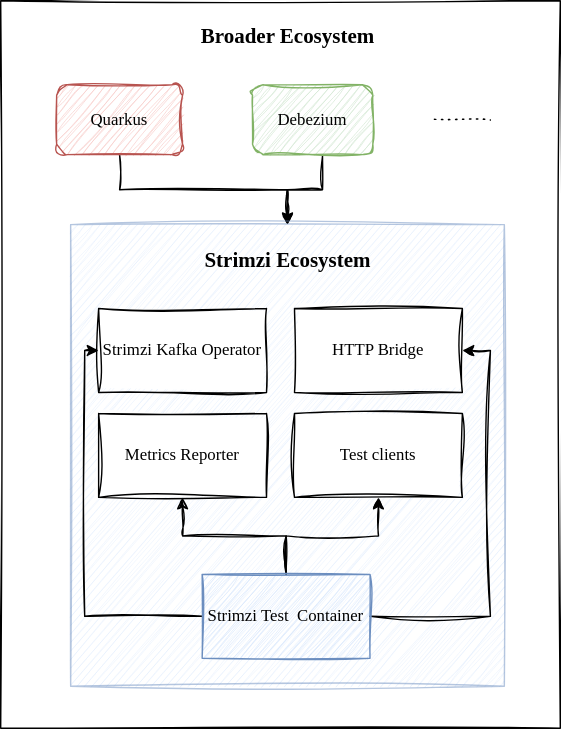
This is assets/images/posts/2026-01-06-strimzi-test-container-03.svg from strimzi/strimzi.github.io, a draw.io export, as it was before one commit. Source tidied: cells renumbered, new cells last; positions are measured from the earlier drawing's top-left corner, leaving out a move shared by most shapes. Source of this version:
```xml
<mxGraphModel>
  <root>
    <mxCell id="0" />
    <mxCell id="1" parent="0" />
    <mxCell id="2" style="rounded=0;whiteSpace=wrap;html=1;sketch=1;curveFitting=1;jiggle=2;fontFamily=Comic Sans MS;" parent="1" vertex="1">
      <mxGeometry width="400" height="520" as="geometry" />
    </mxCell>
    <mxCell id="3" value="&lt;font&gt;Broader Ecosystem&lt;/font&gt;" style="text;html=1;whiteSpace=wrap;strokeColor=none;fillColor=none;align=center;verticalAlign=middle;rounded=0;strokeWidth=2;fontFamily=Comic Sans MS;fontStyle=1;fontSize=15;" parent="1" vertex="1">
      <mxGeometry x="107.5" y="10" width="195" height="30" as="geometry" />
    </mxCell>
    <mxCell id="4" style="edgeStyle=orthogonalEdgeStyle;rounded=0;jettySize=auto;html=1;exitX=0.5;exitY=1;exitDx=0;exitDy=0;entryX=0.5;entryY=0;entryDx=0;entryDy=0;sketch=1;curveFitting=1;jiggle=2;fontFamily=Comic Sans MS;" parent="1" edge="1" source="5" target="9">
      <mxGeometry relative="1" as="geometry" />
    </mxCell>
    <mxCell id="5" value="&lt;font&gt;Quarkus&lt;/font&gt;" style="rounded=1;whiteSpace=wrap;html=1;sketch=1;curveFitting=1;jiggle=2;fillColor=#f8cecc;strokeColor=#b85450;fontFamily=Comic Sans MS;fontStyle=0;" parent="1" vertex="1">
      <mxGeometry x="40" y="60" width="90" height="50" as="geometry" />
    </mxCell>
    <mxCell id="6" style="edgeStyle=orthogonalEdgeStyle;rounded=0;jettySize=auto;html=1;entryX=0.5;entryY=0;entryDx=0;entryDy=0;sketch=1;curveFitting=1;jiggle=2;fontFamily=Comic Sans MS;" parent="1" edge="1" source="7" target="9">
      <mxGeometry relative="1" as="geometry">
        <Array as="points">
          <mxPoint x="230" y="135" />
          <mxPoint x="205" y="135" />
        </Array>
      </mxGeometry>
    </mxCell>
    <mxCell id="7" value="Debezium" style="rounded=1;whiteSpace=wrap;html=1;sketch=1;curveFitting=1;jiggle=2;fillColor=#d5e8d4;strokeColor=#82b366;fontFamily=Comic Sans MS;fontStyle=0;" parent="1" vertex="1">
      <mxGeometry x="180" y="60" width="86" height="50" as="geometry" />
    </mxCell>
    <mxCell id="8" style="endArrow=none;dashed=1;html=1;rounded=0;dashPattern=1 4;strokeWidth=1;sketch=1;curveFitting=1;jiggle=2;fontFamily=Comic Sans MS;" parent="1" edge="1">
      <mxGeometry relative="1" as="geometry">
        <mxPoint x="310" y="84.8" as="sourcePoint" />
        <mxPoint x="350" y="85.2" as="targetPoint" />
      </mxGeometry>
    </mxCell>
    <mxCell id="9" style="rounded=0;whiteSpace=wrap;html=1;sketch=1;curveFitting=1;jiggle=2;fontFamily=Comic Sans MS;fillColor=#dae8fc;strokeColor=#6c8ebf;opacity=50;" parent="1" vertex="1">
      <mxGeometry x="50" y="160" width="310" height="330" as="geometry" />
    </mxCell>
    <mxCell id="10" value="Strimzi Ecosystem" style="text;html=1;whiteSpace=wrap;strokeColor=none;fillColor=none;align=center;verticalAlign=middle;rounded=0;fontFamily=Comic Sans MS;fontStyle=1;fontSize=15;" parent="1" vertex="1">
      <mxGeometry x="124.5" y="170" width="161" height="30" as="geometry" />
    </mxCell>
    <mxCell id="11" value="Strimzi Kafka Operator" style="rounded=0;whiteSpace=wrap;html=1;sketch=1;curveFitting=1;jiggle=2;fontStyle=0;fontFamily=Comic Sans MS;" parent="1" vertex="1">
      <mxGeometry x="70" y="220" width="120" height="60" as="geometry" />
    </mxCell>
    <mxCell id="12" value="HTTP Bridge" style="rounded=0;whiteSpace=wrap;html=1;sketch=1;curveFitting=1;jiggle=2;fontStyle=0;fontFamily=Comic Sans MS;" parent="1" vertex="1">
      <mxGeometry x="210" y="220" width="120" height="60" as="geometry" />
    </mxCell>
    <mxCell id="13" value="Test clients" style="rounded=0;whiteSpace=wrap;html=1;sketch=1;curveFitting=1;jiggle=2;fontStyle=0;fontFamily=Comic Sans MS;" parent="1" vertex="1">
      <mxGeometry x="210" y="295" width="120" height="60" as="geometry" />
    </mxCell>
    <mxCell id="14" value="Metrics Reporter" style="rounded=0;whiteSpace=wrap;html=1;sketch=1;curveFitting=1;jiggle=2;fontStyle=0;fontFamily=Comic Sans MS;" parent="1" vertex="1">
      <mxGeometry x="70" y="295" width="120" height="60" as="geometry" />
    </mxCell>
    <mxCell id="15" style="edgeStyle=orthogonalEdgeStyle;rounded=0;jettySize=auto;html=1;entryX=0.5;entryY=1;entryDx=0;entryDy=0;sketch=1;curveFitting=1;jiggle=2;fontFamily=Comic Sans MS;" parent="1" edge="1" source="19" target="13">
      <mxGeometry relative="1" as="geometry" />
    </mxCell>
    <mxCell id="16" style="edgeStyle=orthogonalEdgeStyle;rounded=0;jettySize=auto;html=1;entryX=0.5;entryY=1;entryDx=0;entryDy=0;sketch=1;curveFitting=1;jiggle=2;fontFamily=Comic Sans MS;" parent="1" edge="1" source="19" target="14">
      <mxGeometry relative="1" as="geometry" />
    </mxCell>
    <mxCell id="17" style="edgeStyle=orthogonalEdgeStyle;rounded=0;jettySize=auto;html=1;entryX=1;entryY=0.5;entryDx=0;entryDy=0;sketch=1;curveFitting=1;jiggle=2;fontFamily=Comic Sans MS;" parent="1" edge="1" source="19" target="12">
      <mxGeometry relative="1" as="geometry">
        <Array as="points">
          <mxPoint x="350" y="440" />
          <mxPoint x="350" y="250" />
        </Array>
      </mxGeometry>
    </mxCell>
    <mxCell id="18" style="edgeStyle=orthogonalEdgeStyle;rounded=0;jettySize=auto;html=1;entryX=0;entryY=0.5;entryDx=0;entryDy=0;sketch=1;curveFitting=1;jiggle=2;fontFamily=Comic Sans MS;" parent="1" edge="1" source="19" target="11">
      <mxGeometry relative="1" as="geometry">
        <Array as="points">
          <mxPoint x="60" y="440" />
          <mxPoint x="60" y="250" />
        </Array>
      </mxGeometry>
    </mxCell>
    <mxCell id="19" value="Strimzi Test&amp;nbsp; Container" style="rounded=0;whiteSpace=wrap;html=1;fillColor=#dae8fc;strokeColor=#6c8ebf;fontStyle=0;fontFamily=Comic Sans MS;shadow=0;sketch=1;curveFitting=1;jiggle=2;" parent="1" vertex="1">
      <mxGeometry x="144" y="410" width="120" height="60" as="geometry" />
    </mxCell>
  </root>
</mxGraphModel>
```
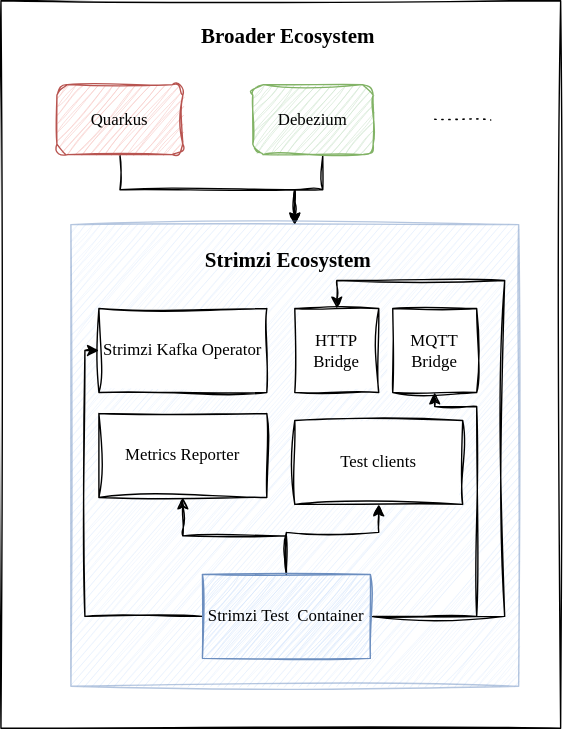
Later version of the same file.

Change to the diagram source:
```diff
@@ -18,7 +18,7 @@
       <mxGeometry relative="1" as="geometry">
         <Array as="points">
           <mxPoint x="230" y="135" />
-          <mxPoint x="205" y="135" />
+          <mxPoint x="210" y="135" />
         </Array>
       </mxGeometry>
     </mxCell>
@@ -32,7 +32,7 @@
       </mxGeometry>
     </mxCell>
     <mxCell id="9" style="rounded=0;whiteSpace=wrap;html=1;sketch=1;curveFitting=1;jiggle=2;fontFamily=Comic Sans MS;fillColor=#dae8fc;strokeColor=#6c8ebf;opacity=50;" parent="1" vertex="1">
-      <mxGeometry x="50" y="160" width="310" height="330" as="geometry" />
+      <mxGeometry x="50" y="160" width="320" height="330" as="geometry" />
     </mxCell>
     <mxCell id="10" value="Strimzi Ecosystem" style="text;html=1;whiteSpace=wrap;strokeColor=none;fillColor=none;align=center;verticalAlign=middle;rounded=0;fontFamily=Comic Sans MS;fontStyle=1;fontSize=15;" parent="1" vertex="1">
       <mxGeometry x="124.5" y="170" width="161" height="30" as="geometry" />
@@ -40,30 +40,36 @@
     <mxCell id="11" value="Strimzi Kafka Operator" style="rounded=0;whiteSpace=wrap;html=1;sketch=1;curveFitting=1;jiggle=2;fontStyle=0;fontFamily=Comic Sans MS;" parent="1" vertex="1">
       <mxGeometry x="70" y="220" width="120" height="60" as="geometry" />
     </mxCell>
-    <mxCell id="12" value="HTTP Bridge" style="rounded=0;whiteSpace=wrap;html=1;sketch=1;curveFitting=1;jiggle=2;fontStyle=0;fontFamily=Comic Sans MS;" parent="1" vertex="1">
-      <mxGeometry x="210" y="220" width="120" height="60" as="geometry" />
+    <mxCell id="12" value="HTTP&lt;div&gt;Bridge&lt;/div&gt;" style="rounded=0;whiteSpace=wrap;html=1;sketch=1;curveFitting=1;jiggle=2;fontStyle=0;fontFamily=Comic Sans MS;" parent="1" vertex="1">
+      <mxGeometry x="210" y="220" width="60" height="60" as="geometry" />
     </mxCell>
     <mxCell id="13" value="Test clients" style="rounded=0;whiteSpace=wrap;html=1;sketch=1;curveFitting=1;jiggle=2;fontStyle=0;fontFamily=Comic Sans MS;" parent="1" vertex="1">
-      <mxGeometry x="210" y="295" width="120" height="60" as="geometry" />
+      <mxGeometry x="210" y="300" width="120" height="60" as="geometry" />
     </mxCell>
     <mxCell id="14" value="Metrics Reporter" style="rounded=0;whiteSpace=wrap;html=1;sketch=1;curveFitting=1;jiggle=2;fontStyle=0;fontFamily=Comic Sans MS;" parent="1" vertex="1">
       <mxGeometry x="70" y="295" width="120" height="60" as="geometry" />
     </mxCell>
-    <mxCell id="15" style="edgeStyle=orthogonalEdgeStyle;rounded=0;jettySize=auto;html=1;entryX=0.5;entryY=1;entryDx=0;entryDy=0;sketch=1;curveFitting=1;jiggle=2;fontFamily=Comic Sans MS;" parent="1" edge="1" source="19" target="13">
-      <mxGeometry relative="1" as="geometry" />
+    <mxCell id="15" style="edgeStyle=orthogonalEdgeStyle;rounded=0;jettySize=auto;html=1;entryX=0.5;entryY=1;entryDx=0;entryDy=0;sketch=1;curveFitting=1;jiggle=2;fontFamily=Comic Sans MS;" parent="1" edge="1" source="20" target="13">
+      <mxGeometry relative="1" as="geometry">
+        <Array as="points">
+          <mxPoint x="204" y="380" />
+          <mxPoint x="270" y="380" />
+        </Array>
+      </mxGeometry>
     </mxCell>
-    <mxCell id="16" style="edgeStyle=orthogonalEdgeStyle;rounded=0;jettySize=auto;html=1;entryX=0.5;entryY=1;entryDx=0;entryDy=0;sketch=1;curveFitting=1;jiggle=2;fontFamily=Comic Sans MS;" parent="1" edge="1" source="19" target="14">
+    <mxCell id="16" style="edgeStyle=orthogonalEdgeStyle;rounded=0;jettySize=auto;html=1;entryX=0.5;entryY=1;entryDx=0;entryDy=0;sketch=1;curveFitting=1;jiggle=2;fontFamily=Comic Sans MS;" parent="1" edge="1" source="20" target="14">
       <mxGeometry relative="1" as="geometry" />
     </mxCell>
-    <mxCell id="17" style="edgeStyle=orthogonalEdgeStyle;rounded=0;jettySize=auto;html=1;entryX=1;entryY=0.5;entryDx=0;entryDy=0;sketch=1;curveFitting=1;jiggle=2;fontFamily=Comic Sans MS;" parent="1" edge="1" source="19" target="12">
+    <mxCell id="17" style="edgeStyle=orthogonalEdgeStyle;rounded=0;jettySize=auto;html=1;sketch=1;curveFitting=1;jiggle=2;fontFamily=Comic Sans MS;" parent="1" edge="1" source="20" target="12">
       <mxGeometry relative="1" as="geometry">
         <Array as="points">
-          <mxPoint x="350" y="440" />
-          <mxPoint x="350" y="250" />
+          <mxPoint x="360" y="440" />
+          <mxPoint x="360" y="200" />
+          <mxPoint x="240" y="200" />
         </Array>
       </mxGeometry>
     </mxCell>
-    <mxCell id="18" style="edgeStyle=orthogonalEdgeStyle;rounded=0;jettySize=auto;html=1;entryX=0;entryY=0.5;entryDx=0;entryDy=0;sketch=1;curveFitting=1;jiggle=2;fontFamily=Comic Sans MS;" parent="1" edge="1" source="19" target="11">
+    <mxCell id="18" style="edgeStyle=orthogonalEdgeStyle;rounded=0;jettySize=auto;html=1;entryX=0;entryY=0.5;entryDx=0;entryDy=0;sketch=1;curveFitting=1;jiggle=2;fontFamily=Comic Sans MS;" parent="1" edge="1" source="20" target="11">
       <mxGeometry relative="1" as="geometry">
         <Array as="points">
           <mxPoint x="60" y="440" />
@@ -71,8 +77,21 @@
         </Array>
       </mxGeometry>
     </mxCell>
-    <mxCell id="19" value="Strimzi Test&amp;nbsp; Container" style="rounded=0;whiteSpace=wrap;html=1;fillColor=#dae8fc;strokeColor=#6c8ebf;fontStyle=0;fontFamily=Comic Sans MS;shadow=0;sketch=1;curveFitting=1;jiggle=2;" parent="1" vertex="1">
-      <mxGeometry x="144" y="410" width="120" height="60" as="geometry" />
+    <mxCell id="19" style="edgeStyle=orthogonalEdgeStyle;rounded=0;jettySize=auto;html=1;entryX=0.5;entryY=1;entryDx=0;entryDy=0;sketch=1;curveFitting=1;jiggle=2;" parent="1" edge="1" target="21">
+      <mxGeometry relative="1" as="geometry">
+        <mxPoint x="266" y="440" as="sourcePoint" />
+        <Array as="points">
+          <mxPoint x="340" y="440" />
+          <mxPoint x="340" y="290" />
+          <mxPoint x="310" y="290" />
+        </Array>
+      </mxGeometry>
     </mxCell>
+    <mxCell id="20" value="Strimzi Test&amp;nbsp; Container" style="rounded=0;whiteSpace=wrap;html=1;fillColor=#dae8fc;strokeColor=#6c8ebf;fontStyle=0;fontFamily=Comic Sans MS;shadow=0;sketch=1;curveFitting=1;jiggle=2;" parent="1" vertex="1">
+      <mxGeometry x="144" y="410" width="120" height="60" as="geometry" />
+    </mxCell>
+    <mxCell id="21" value="MQTT&lt;div&gt;Bridge&lt;/div&gt;" style="rounded=0;whiteSpace=wrap;html=1;sketch=1;curveFitting=1;jiggle=2;fontStyle=0;fontFamily=Comic Sans MS;" parent="1" vertex="1">
+      <mxGeometry x="280" y="220" width="60" height="60" as="geometry" />
+    </mxCell>
   </root>
 </mxGraphModel>
```
